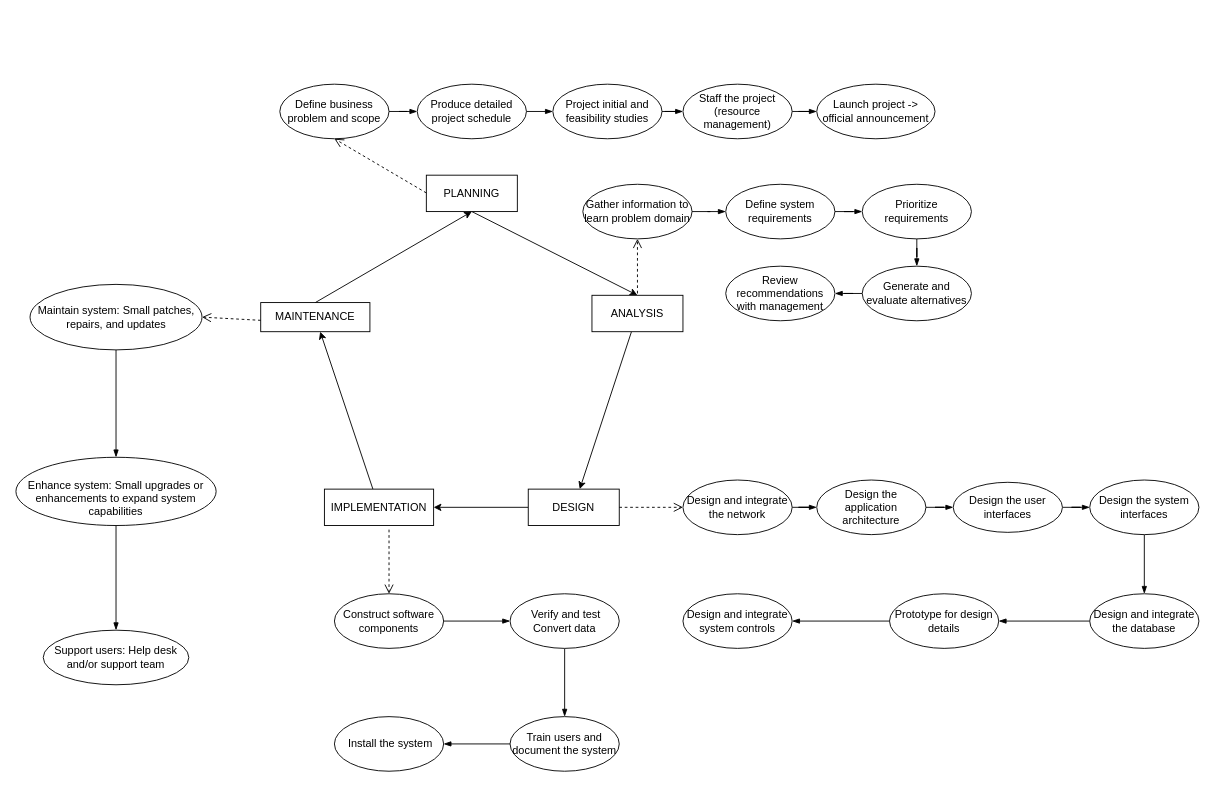
Before: SYDM/Untitled Diagram.drawio in 541xxx/APU-Assignment, a draw.io diagram. Source tidied: cells renumbered, new cells numbered last; positions are measured from the earlier drawing's top-left corner, leaving out a move shared by most shapes. Both pictures are drawn from the tidied source at 91%, with x=0, y=0 at pixel (15, 84).
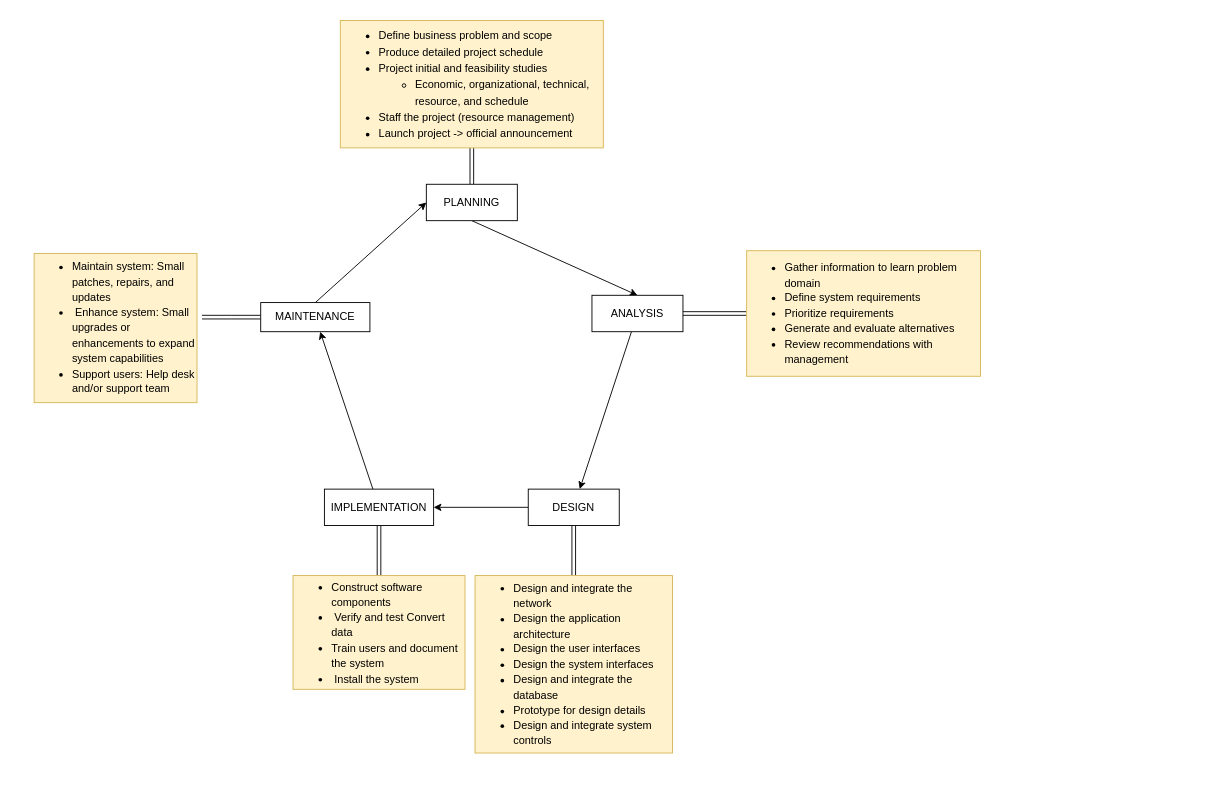
The same page after the edit.

Unchanged cells that the change refers to:
```xml
<mxCell id="5" value="ANALYSIS" style="whiteSpace=wrap;html=1;align=center;" parent="1" vertex="1">
  <mxGeometry x="633" y="232" width="100" height="40" as="geometry" />
</mxCell>
<mxCell id="7" value="DESIGN&lt;br&gt;" style="whiteSpace=wrap;html=1;align=center;" parent="1" vertex="1">
  <mxGeometry x="563" y="445" width="100" height="40" as="geometry" />
</mxCell>
<mxCell id="9" value="IMPLEMENTATION&lt;br&gt;" style="whiteSpace=wrap;html=1;align=center;" parent="1" vertex="1">
  <mxGeometry x="339" y="445" width="120" height="40" as="geometry" />
</mxCell>
<mxCell id="10" value="MAINTENANCE" style="whiteSpace=wrap;html=1;align=center;" parent="1" vertex="1">
  <mxGeometry x="269" y="240" width="120" height="32" as="geometry" />
</mxCell>
```

Change to the diagram source:
```diff
@@
-    <mxCell id="2" style="edgeStyle=orthogonalEdgeStyle;rounded=0;jettySize=auto;html=1;exitX=0.5;exitY=1;exitDx=0;exitDy=0;entryX=0.5;entryY=0;entryDx=0;entryDy=0;noEdgeStyle=1;" parent="1" edge="1" source="3" target="5">
+    <mxCell id="2" style="edgeStyle=orthogonalEdgeStyle;rounded=0;jettySize=auto;html=1;exitX=0.5;exitY=1;exitDx=0;exitDy=0;entryX=0.5;entryY=0;entryDx=0;entryDy=0;noEdgeStyle=1;align=left;" parent="1" edge="1" source="3" target="5">
       <mxGeometry relative="1" as="geometry" />
     </mxCell>
+    <mxCell id="60" style="edgeStyle=orthogonalEdgeStyle;rounded=0;jettySize=auto;html=1;endArrow=blockThin;endFill=1;align=center;shape=link;" parent="1" edge="1" source="3" target="69">
+      <mxGeometry relative="1" as="geometry" />
+    </mxCell>
     <mxCell id="3" value="PLANNING&lt;br&gt;" style="whiteSpace=wrap;html=1;align=center;" parent="1" vertex="1">
-      <mxGeometry x="451" y="100" width="100" height="40" as="geometry" />
+      <mxGeometry x="451" y="110" width="100" height="40" as="geometry" />
     </mxCell>
-    <mxCell id="4" style="edgeStyle=orthogonalEdgeStyle;rounded=0;jettySize=auto;html=1;noEdgeStyle=1;" parent="1" edge="1" source="5" target="7">
+    <mxCell id="4" style="edgeStyle=orthogonalEdgeStyle;rounded=0;jettySize=auto;html=1;noEdgeStyle=1;align=center;" parent="1" edge="1" source="5" target="7">
       <mxGeometry relative="1" as="geometry" />
     </mxCell>
+    <mxCell id="61" style="edgeStyle=orthogonalEdgeStyle;rounded=0;jettySize=auto;html=1;endArrow=blockThin;endFill=1;align=left;textOpacity=30;shape=link;" parent="1" edge="1" source="5" target="68">
+      <mxGeometry relative="1" as="geometry" />
+    </mxCell>
@@
-    <mxCell id="6" style="edgeStyle=orthogonalEdgeStyle;rounded=0;jettySize=auto;html=1;noEdgeStyle=1;" parent="1" edge="1" source="7" target="9">
+    <mxCell id="6" style="edgeStyle=orthogonalEdgeStyle;rounded=0;jettySize=auto;html=1;noEdgeStyle=1;align=left;" parent="1" edge="1" source="7" target="9">
       <mxGeometry relative="1" as="geometry" />
     </mxCell>
+    <mxCell id="62" style="edgeStyle=orthogonalEdgeStyle;rounded=0;jettySize=auto;html=1;endArrow=blockThin;endFill=1;align=left;shape=link;" parent="1" edge="1" source="7" target="67">
+      <mxGeometry relative="1" as="geometry" />
+    </mxCell>
@@
-    <mxCell id="8" style="edgeStyle=orthogonalEdgeStyle;rounded=0;jettySize=auto;html=1;noEdgeStyle=1;" parent="1" edge="1" source="9" target="10">
+    <mxCell id="8" style="edgeStyle=orthogonalEdgeStyle;rounded=0;jettySize=auto;html=1;noEdgeStyle=1;align=center;" parent="1" edge="1" source="9" target="10">
       <mxGeometry relative="1" as="geometry" />
     </mxCell>
+    <mxCell id="63" style="edgeStyle=orthogonalEdgeStyle;rounded=0;jettySize=auto;html=1;endArrow=blockThin;endFill=1;align=left;shape=link;" parent="1" edge="1" source="9" target="66">
+      <mxGeometry relative="1" as="geometry" />
+    </mxCell>
@@
+    <mxCell id="64" style="edgeStyle=orthogonalEdgeStyle;rounded=0;jettySize=auto;html=1;endArrow=blockThin;endFill=1;align=left;labelBackgroundColor=default;shape=link;" parent="1" edge="1" source="10">
+      <mxGeometry relative="1" as="geometry">
+        <mxPoint x="204.5" y="256" as="targetPoint" />
+      </mxGeometry>
+    </mxCell>
@@
-    <mxCell id="11" style="edgeStyle=orthogonalEdgeStyle;rounded=0;jettySize=auto;html=1;exitX=0.5;exitY=0;exitDx=0;exitDy=0;entryX=0.5;entryY=1;entryDx=0;entryDy=0;noEdgeStyle=1;" parent="1" edge="1" source="10" target="3">
+    <mxCell id="11" style="edgeStyle=orthogonalEdgeStyle;rounded=0;jettySize=auto;html=1;exitX=0.5;exitY=0;exitDx=0;exitDy=0;noEdgeStyle=1;align=center;entryX=0;entryY=0.5;entryDx=0;entryDy=0;" parent="1" edge="1" source="10" target="3">
       <mxGeometry relative="1" as="geometry" />
     </mxCell>
-    <mxCell id="12" style="edgeStyle=orthogonalEdgeStyle;rounded=0;jettySize=auto;html=1;endArrow=blockThin;endFill=1;" parent="1" edge="1" source="13" target="15">
-      <mxGeometry relative="1" as="geometry" />
-    </mxCell>
-    <mxCell id="13" value="Define business problem and scope" style="ellipse;whiteSpace=wrap;html=1;" parent="1" vertex="1">
-      <mxGeometry x="290" width="120" height="60" as="geometry" />
-    </mxCell>
-    <mxCell id="14" style="edgeStyle=orthogonalEdgeStyle;rounded=0;jettySize=auto;html=1;exitX=1;exitY=0.5;exitDx=0;exitDy=0;entryX=0;entryY=0.5;entryDx=0;entryDy=0;endArrow=blockThin;endFill=1;" parent="1" edge="1" source="15" target="17">
-      <mxGeometry relative="1" as="geometry" />
-    </mxCell>
-    <mxCell id="15" value="Produce detailed project schedule" style="ellipse;whiteSpace=wrap;html=1;" parent="1" vertex="1">
-      <mxGeometry x="441" width="120" height="60" as="geometry" />
-    </mxCell>
-    <mxCell id="16" style="edgeStyle=orthogonalEdgeStyle;rounded=0;jettySize=auto;html=1;endArrow=blockThin;endFill=1;" parent="1" edge="1" source="17" target="19">
-      <mxGeometry relative="1" as="geometry" />
-    </mxCell>
-    <mxCell id="17" value="Project initial and feasibility studies" style="ellipse;whiteSpace=wrap;html=1;" parent="1" vertex="1">
-      <mxGeometry x="590" width="120" height="60" as="geometry" />
-    </mxCell>
-    <mxCell id="18" style="edgeStyle=orthogonalEdgeStyle;rounded=0;jettySize=auto;html=1;endArrow=blockThin;endFill=1;" parent="1" edge="1" source="19" target="20">
-      <mxGeometry relative="1" as="geometry" />
-    </mxCell>
-    <mxCell id="19" value="Staff the project (resource management)" style="ellipse;whiteSpace=wrap;html=1;" parent="1" vertex="1">
-      <mxGeometry x="733" width="120" height="60" as="geometry" />
-    </mxCell>
-    <mxCell id="20" value="Launch project -&amp;gt; official announcement" style="ellipse;whiteSpace=wrap;html=1;" parent="1" vertex="1">
-      <mxGeometry x="880" width="130" height="60" as="geometry" />
-    </mxCell>
-    <mxCell id="21" style="html=1;verticalAlign=bottom;endArrow=open;dashed=1;endSize=8;rounded=0;entryX=0.5;entryY=1;entryDx=0;entryDy=0;" parent="1" edge="1" target="13">
-      <mxGeometry relative="1" as="geometry">
-        <mxPoint x="451" y="119.5" as="sourcePoint" />
-      </mxGeometry>
-    </mxCell>
-    <mxCell id="22" style="edgeStyle=orthogonalEdgeStyle;rounded=0;jettySize=auto;html=1;endArrow=blockThin;endFill=1;" parent="1" edge="1" source="23" target="25">
-      <mxGeometry relative="1" as="geometry" />
-    </mxCell>
-    <mxCell id="23" value="Gather information to learn problem domain" style="ellipse;whiteSpace=wrap;html=1;" parent="1" vertex="1">
-      <mxGeometry x="623" y="110" width="120" height="60" as="geometry" />
-    </mxCell>
-    <mxCell id="24" style="edgeStyle=orthogonalEdgeStyle;rounded=0;jettySize=auto;html=1;endArrow=blockThin;endFill=1;" parent="1" edge="1" source="25" target="27">
-      <mxGeometry relative="1" as="geometry" />
-    </mxCell>
-    <mxCell id="25" value="Define system requirements" style="ellipse;whiteSpace=wrap;html=1;" parent="1" vertex="1">
-      <mxGeometry x="780" y="110" width="120" height="60" as="geometry" />
-    </mxCell>
-    <mxCell id="26" style="edgeStyle=orthogonalEdgeStyle;rounded=0;jettySize=auto;html=1;endArrow=blockThin;endFill=1;" parent="1" edge="1" source="27" target="29">
-      <mxGeometry relative="1" as="geometry" />
-    </mxCell>
-    <mxCell id="27" value="Prioritize requirements" style="ellipse;whiteSpace=wrap;html=1;" parent="1" vertex="1">
-      <mxGeometry x="930" y="110" width="120" height="60" as="geometry" />
-    </mxCell>
-    <mxCell id="28" style="edgeStyle=orthogonalEdgeStyle;rounded=0;jettySize=auto;html=1;endArrow=blockThin;endFill=1;" parent="1" edge="1" source="29" target="30">
-      <mxGeometry relative="1" as="geometry" />
-    </mxCell>
-    <mxCell id="29" value="Generate and evaluate alternatives" style="ellipse;whiteSpace=wrap;html=1;" parent="1" vertex="1">
-      <mxGeometry x="930" y="200" width="120" height="60" as="geometry" />
-    </mxCell>
-    <mxCell id="30" value="Review recommendations with management" style="ellipse;whiteSpace=wrap;html=1;" parent="1" vertex="1">
-      <mxGeometry x="780" y="200" width="120" height="60" as="geometry" />
-    </mxCell>
-    <mxCell id="31" style="edgeStyle=orthogonalEdgeStyle;rounded=0;jettySize=auto;html=1;endArrow=blockThin;endFill=1;" parent="1" edge="1" source="32" target="34">
-      <mxGeometry relative="1" as="geometry" />
-    </mxCell>
-    <mxCell id="32" value="Design and integrate the network" style="ellipse;whiteSpace=wrap;html=1;" parent="1" vertex="1">
-      <mxGeometry x="733" y="435" width="120" height="60" as="geometry" />
-    </mxCell>
-    <mxCell id="33" style="edgeStyle=orthogonalEdgeStyle;rounded=0;jettySize=auto;html=1;endArrow=blockThin;endFill=1;" parent="1" edge="1" source="34" target="36">
-      <mxGeometry relative="1" as="geometry" />
-    </mxCell>
-    <mxCell id="34" value="Design the application architecture" style="ellipse;whiteSpace=wrap;html=1;" parent="1" vertex="1">
-      <mxGeometry x="880" y="435" width="120" height="60" as="geometry" />
-    </mxCell>
-    <mxCell id="35" style="edgeStyle=orthogonalEdgeStyle;rounded=0;jettySize=auto;html=1;endArrow=blockThin;endFill=1;" parent="1" edge="1" source="36" target="38">
-      <mxGeometry relative="1" as="geometry" />
-    </mxCell>
-    <mxCell id="36" value="Design the user interfaces" style="ellipse;whiteSpace=wrap;html=1;" parent="1" vertex="1">
-      <mxGeometry x="1030" y="437.5" width="120" height="55" as="geometry" />
-    </mxCell>
-    <mxCell id="37" style="edgeStyle=orthogonalEdgeStyle;rounded=0;jettySize=auto;html=1;endArrow=blockThin;endFill=1;" parent="1" edge="1" source="38" target="40">
-      <mxGeometry relative="1" as="geometry" />
-    </mxCell>
-    <mxCell id="38" value="Design the system interfaces" style="ellipse;whiteSpace=wrap;html=1;" parent="1" vertex="1">
-      <mxGeometry x="1180" y="435" width="120" height="60" as="geometry" />
-    </mxCell>
-    <mxCell id="39" style="edgeStyle=orthogonalEdgeStyle;rounded=0;jettySize=auto;html=1;endArrow=blockThin;endFill=1;" parent="1" edge="1" source="40" target="42">
-      <mxGeometry relative="1" as="geometry" />
-    </mxCell>
-    <mxCell id="40" value="Design and integrate the database" style="ellipse;whiteSpace=wrap;html=1;" parent="1" vertex="1">
-      <mxGeometry x="1180" y="560" width="120" height="60" as="geometry" />
-    </mxCell>
-    <mxCell id="41" style="edgeStyle=orthogonalEdgeStyle;rounded=0;jettySize=auto;html=1;endArrow=blockThin;endFill=1;" parent="1" edge="1" source="42" target="43">
-      <mxGeometry relative="1" as="geometry" />
-    </mxCell>
-    <mxCell id="42" value="Prototype for design details" style="ellipse;whiteSpace=wrap;html=1;" parent="1" vertex="1">
-      <mxGeometry x="960" y="560" width="120" height="60" as="geometry" />
-    </mxCell>
-    <mxCell id="43" value="Design and integrate system controls" style="ellipse;whiteSpace=wrap;html=1;" parent="1" vertex="1">
-      <mxGeometry x="733" y="560" width="120" height="60" as="geometry" />
-    </mxCell>
-    <mxCell id="44" style="html=1;verticalAlign=bottom;endArrow=open;dashed=1;endSize=8;rounded=0;entryX=0;entryY=0.5;entryDx=0;entryDy=0;exitX=1;exitY=0.5;exitDx=0;exitDy=0;" parent="1" edge="1" source="7" target="32">
-      <mxGeometry relative="1" as="geometry" />
-    </mxCell>
-    <mxCell id="45" style="html=1;verticalAlign=bottom;endArrow=open;dashed=1;endSize=8;rounded=0;entryX=0.5;entryY=1;entryDx=0;entryDy=0;" parent="1" edge="1" target="23">
-      <mxGeometry relative="1" as="geometry">
-        <mxPoint x="683" y="230" as="sourcePoint" />
-      </mxGeometry>
-    </mxCell>
-    <mxCell id="46" style="edgeStyle=orthogonalEdgeStyle;rounded=0;jettySize=auto;html=1;endArrow=blockThin;endFill=1;" parent="1" edge="1" source="47" target="49">
-      <mxGeometry relative="1" as="geometry" />
-    </mxCell>
-    <mxCell id="47" value="Construct software components" style="ellipse;whiteSpace=wrap;html=1;" parent="1" vertex="1">
-      <mxGeometry x="350" y="560" width="120" height="60" as="geometry" />
-    </mxCell>
-    <mxCell id="48" style="edgeStyle=orthogonalEdgeStyle;rounded=0;jettySize=auto;html=1;endArrow=blockThin;endFill=1;" parent="1" edge="1" source="49" target="51">
-      <mxGeometry relative="1" as="geometry" />
-    </mxCell>
-    <mxCell id="49" value="&amp;nbsp;Verify and test Convert data" style="ellipse;whiteSpace=wrap;html=1;" parent="1" vertex="1">
-      <mxGeometry x="543" y="560" width="120" height="60" as="geometry" />
-    </mxCell>
-    <mxCell id="50" style="edgeStyle=orthogonalEdgeStyle;rounded=0;jettySize=auto;html=1;endArrow=blockThin;endFill=1;" parent="1" edge="1" source="51" target="52">
-      <mxGeometry relative="1" as="geometry" />
-    </mxCell>
-    <mxCell id="51" value="Train users and document the system" style="ellipse;whiteSpace=wrap;html=1;" parent="1" vertex="1">
-      <mxGeometry x="543" y="695" width="120" height="60" as="geometry" />
-    </mxCell>
-    <mxCell id="52" value="&amp;nbsp;Install the system" style="ellipse;whiteSpace=wrap;html=1;" parent="1" vertex="1">
-      <mxGeometry x="350" y="695" width="120" height="60" as="geometry" />
-    </mxCell>
-    <mxCell id="53" style="html=1;verticalAlign=bottom;endArrow=open;dashed=1;endSize=8;rounded=0;entryX=0.5;entryY=0;entryDx=0;entryDy=0;" parent="1" edge="1" target="47">
-      <mxGeometry relative="1" as="geometry">
-        <mxPoint x="410" y="489.5" as="sourcePoint" />
-      </mxGeometry>
-    </mxCell>
-    <mxCell id="54" style="edgeStyle=orthogonalEdgeStyle;rounded=0;jettySize=auto;html=1;endArrow=blockThin;endFill=1;" parent="1" edge="1" source="55" target="57">
-      <mxGeometry relative="1" as="geometry" />
-    </mxCell>
-    <mxCell id="55" value="Maintain system: Small patches, repairs, and updates" style="ellipse;whiteSpace=wrap;html=1;" parent="1" vertex="1">
-      <mxGeometry x="15.5" y="220" width="189" height="72" as="geometry" />
-    </mxCell>
-    <mxCell id="56" style="edgeStyle=orthogonalEdgeStyle;rounded=0;jettySize=auto;html=1;endArrow=blockThin;endFill=1;" parent="1" edge="1" source="57" target="58">
-      <mxGeometry relative="1" as="geometry" />
-    </mxCell>
-    <mxCell id="57" value="&lt;br&gt;Enhance system: Small upgrades or enhancements to expand system capabilities" style="ellipse;whiteSpace=wrap;html=1;" parent="1" vertex="1">
-      <mxGeometry y="410" width="220" height="75" as="geometry" />
-    </mxCell>
-    <mxCell id="58" value="Support users: Help desk and/or support team" style="ellipse;whiteSpace=wrap;html=1;" parent="1" vertex="1">
-      <mxGeometry x="30" y="600" width="160" height="60" as="geometry" />
-    </mxCell>
-    <mxCell id="59" style="html=1;verticalAlign=bottom;endArrow=open;dashed=1;endSize=8;rounded=0;entryX=1;entryY=0.5;entryDx=0;entryDy=0;" parent="1" edge="1" target="55">
-      <mxGeometry relative="1" as="geometry">
-        <mxPoint x="269" y="259.5" as="sourcePoint" />
-      </mxGeometry>
-    </mxCell>
+    <mxCell id="65" value="&lt;ul style=&quot;line-height: 140%;&quot;&gt;&lt;li&gt;Maintain system: Small patches, repairs, and updates&lt;br&gt;&lt;/li&gt;&lt;li&gt;&amp;nbsp;Enhance system: Small upgrades or enhancements to expand system capabilities&lt;br&gt;&lt;/li&gt;&lt;li&gt;Support users: Help desk and/or support team&lt;br&gt;&lt;/li&gt;&lt;/ul&gt;" style="whiteSpace=wrap;html=1;align=left;fillColor=#fff2cc;strokeColor=#d6b656;" parent="1" vertex="1">
+      <mxGeometry x="20" y="186" width="179" height="164" as="geometry" />
+    </mxCell>
+    <mxCell id="66" value="&lt;ul style=&quot;line-height: 140%;&quot;&gt;&lt;li&gt;Construct software components&lt;/li&gt;&lt;li&gt;&amp;nbsp;Verify and test Convert data&lt;/li&gt;&lt;li&gt;Train users and document the system&lt;/li&gt;&lt;li&gt;&amp;nbsp;Install the system&lt;/li&gt;&lt;/ul&gt;" style="whiteSpace=wrap;html=1;align=left;fillColor=#fff2cc;strokeColor=#d6b656;" parent="1" vertex="1">
+      <mxGeometry x="304.5" y="540" width="189" height="125" as="geometry" />
+    </mxCell>
+    <mxCell id="67" value="&lt;ul style=&quot;line-height: 140%;&quot;&gt;&lt;li&gt;Design and integrate the network&lt;/li&gt;&lt;li&gt;Design the application architecture&lt;/li&gt;&lt;li&gt;Design the user interfaces&lt;/li&gt;&lt;li&gt;Design the system interfaces&lt;/li&gt;&lt;li&gt;Design and integrate the database&lt;/li&gt;&lt;li&gt;Prototype for design details&lt;/li&gt;&lt;li&gt;Design and integrate system controls&lt;/li&gt;&lt;/ul&gt;" style="whiteSpace=wrap;html=1;align=left;fillColor=#fff2cc;strokeColor=#d6b656;" parent="1" vertex="1">
+      <mxGeometry x="504.5" y="540" width="217" height="195" as="geometry" />
+    </mxCell>
+    <mxCell id="68" value="&lt;ul style=&quot;line-height: 140%;&quot;&gt;&lt;li&gt;Gather information to learn problem domain&lt;/li&gt;&lt;li&gt;Define system requirements&lt;/li&gt;&lt;li&gt;Prioritize requirements&lt;/li&gt;&lt;li&gt;Generate and evaluate alternatives&lt;/li&gt;&lt;li&gt;Review recommendations with management&lt;/li&gt;&lt;/ul&gt;" style="whiteSpace=wrap;html=1;align=left;fillColor=#fff2cc;strokeColor=#d6b656;" parent="1" vertex="1">
+      <mxGeometry x="803" y="183" width="257" height="138" as="geometry" />
+    </mxCell>
+    <mxCell id="69" value="&lt;ul style=&quot;line-height: 150%;&quot;&gt;&lt;li&gt;Define business problem and scope&lt;br&gt;&lt;/li&gt;&lt;li&gt;Produce detailed project schedule&lt;br&gt;&lt;/li&gt;&lt;li&gt;Project initial and feasibility studies&lt;br&gt;&lt;/li&gt;&lt;ul&gt;&lt;li&gt;Economic, organizational, technical, resource, and schedule&lt;br&gt;&lt;/li&gt;&lt;/ul&gt;&lt;li&gt;Staff the project (resource management)&lt;br&gt;&lt;/li&gt;&lt;li&gt;Launch project -&amp;gt; official announcement&lt;/li&gt;&lt;/ul&gt;" style="whiteSpace=wrap;html=1;align=left;fillColor=#fff2cc;strokeColor=#d6b656;" parent="1" vertex="1">
+      <mxGeometry x="356.5" y="-70" width="289" height="140" as="geometry" />
+    </mxCell>
```
